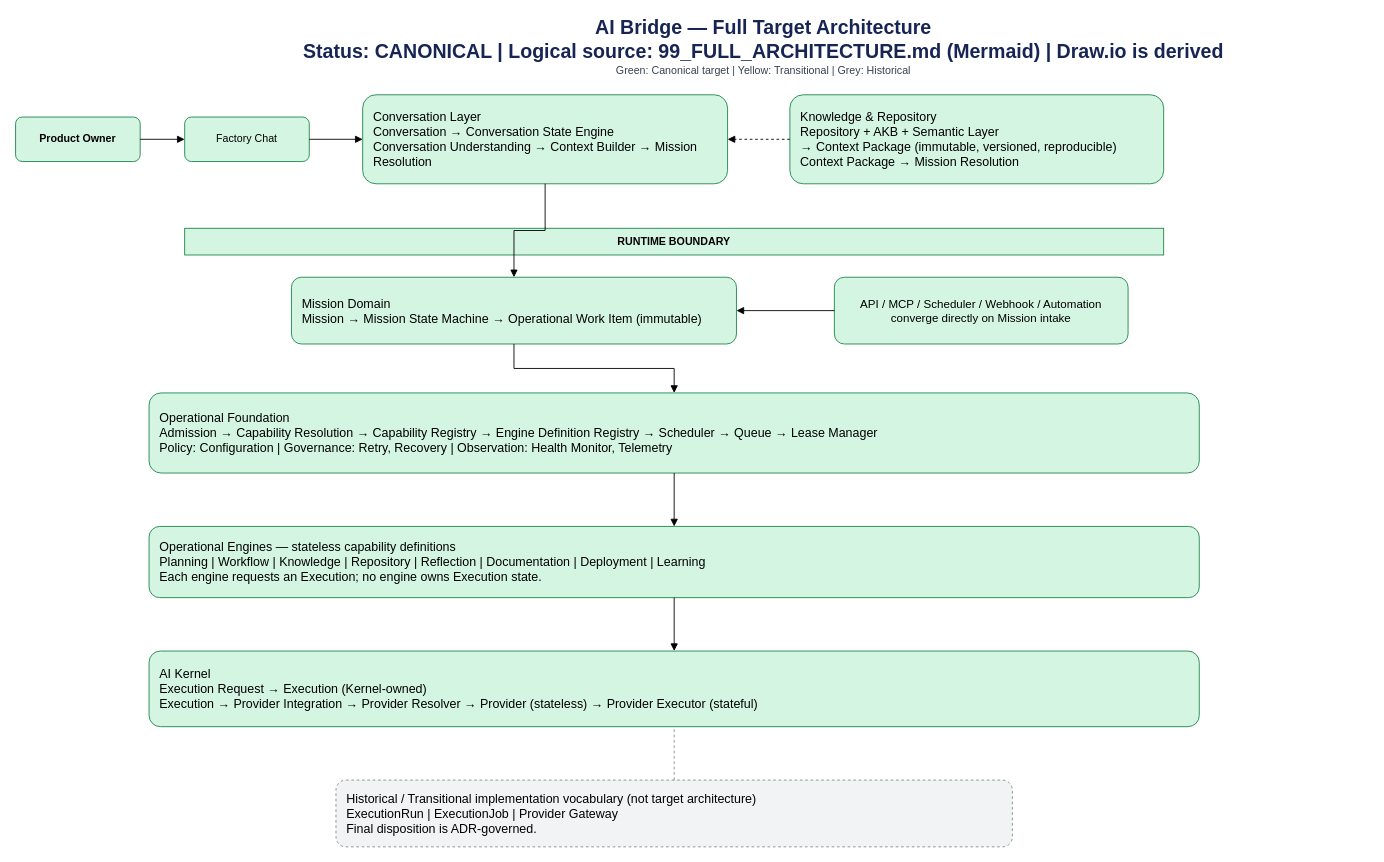
Earlier version of the draw.io diagram docs/architecture/diagrams/99-full-architecture/Full Architecture.drawio (zsambokia/ai-bridge). Source tidied: cells renumbered, new cells numbered last; positions are measured from the earlier drawing's top-left corner, leaving out a move shared by most shapes. Both pictures are drawn from the tidied source at 89%, with x=0, y=0 at pixel (15, 19).
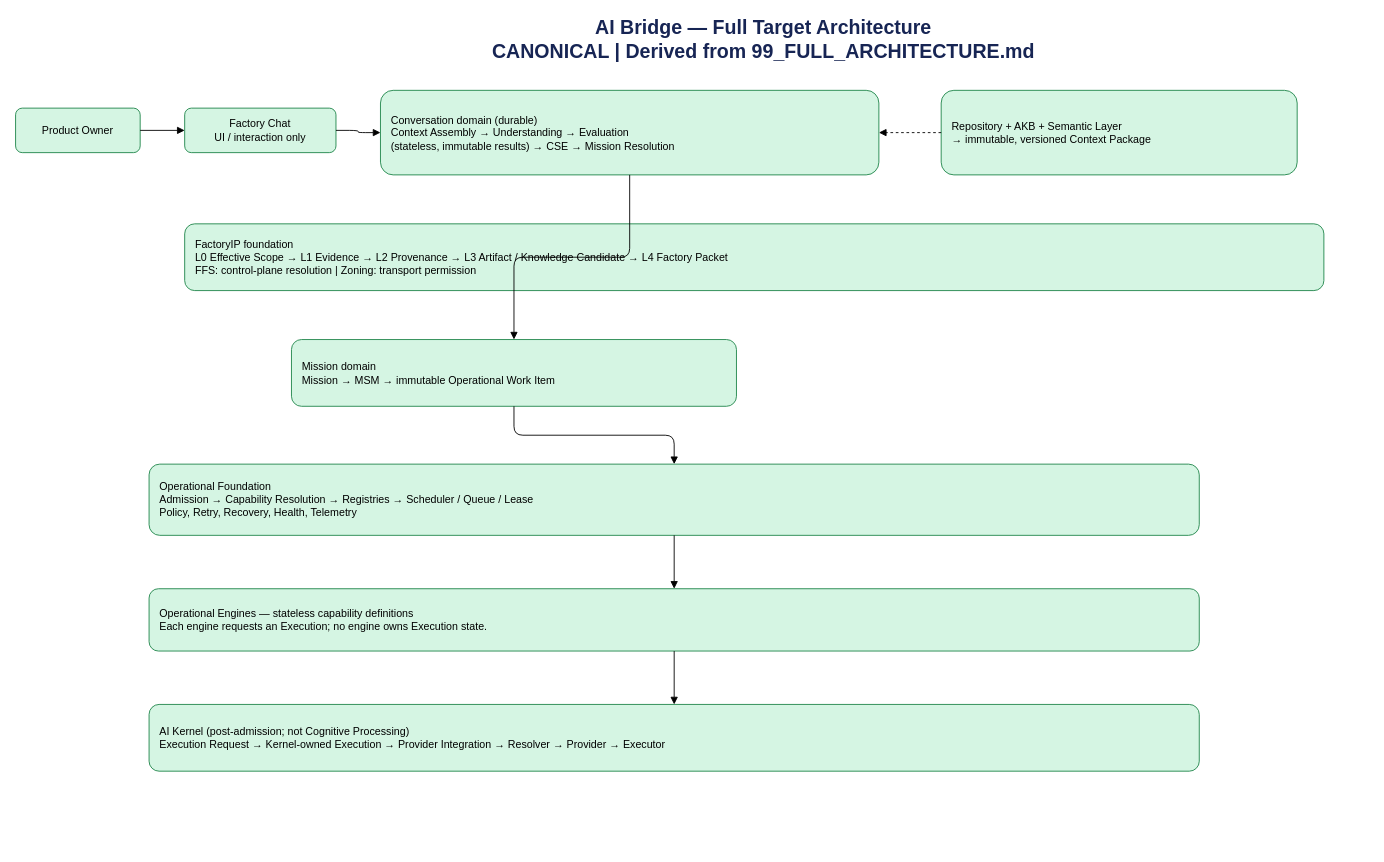
Above is the later version.

Commit message (it also covers changes not shown here):
docs: reconcile 00-02 canonical architecture boundaries

The edit, as a diff of the source:
```diff
@@
-    <mxCell id="2" value="AI Bridge — Full Target Architecture&#10;Status: CANONICAL | Logical source: 99_FULL_ARCHITECTURE.md (Mermaid) | Draw.io is derived" style="text;html=1;align=center;verticalAlign=middle;fontSize=22;fontStyle=1;fontColor=#172554;" parent="1" vertex="1">
+    <mxCell id="2" value="AI Bridge — Full Target Architecture&#10;CANONICAL | Derived from 99_FULL_ARCHITECTURE.md" style="text;html=1;align=center;verticalAlign=middle;fontSize=22;fontStyle=1;fontColor=#172554;" parent="1" vertex="1">
       <mxGeometry x="160" width="1360" height="45" as="geometry" />
     </mxCell>
-    <mxCell id="3" value="Green: Canonical target | Yellow: Transitional | Grey: Historical" style="text;html=1;align=center;verticalAlign=middle;fontSize=12;fontColor=#374151;" parent="1" vertex="1">
-      <mxGeometry x="440" y="45" width="800" height="25" as="geometry" />
-    </mxCell>
-    <mxCell id="4" value="Product Owner" style="rounded=1;whiteSpace=wrap;html=1;fillColor=#d5f5e3;strokeColor=#1e8449;fontStyle=1;" parent="1" vertex="1">
-      <mxGeometry y="110" width="140" height="50" as="geometry" />
+    <mxCell id="4" value="Product Owner" style="rounded=1;whiteSpace=wrap;html=1;fillColor=#d5f5e3;strokeColor=#1e8449;" parent="1" vertex="1">
+      <mxGeometry y="100" width="140" height="50" as="geometry" />
     </mxCell>
-    <mxCell id="5" value="Factory Chat" style="rounded=1;whiteSpace=wrap;html=1;fillColor=#d5f5e3;strokeColor=#1e8449;" parent="1" vertex="1">
-      <mxGeometry x="190" y="110" width="140" height="50" as="geometry" />
+    <mxCell id="5" value="Factory Chat&#10;UI / interaction only" style="rounded=1;whiteSpace=wrap;html=1;fillColor=#d5f5e3;strokeColor=#1e8449;" parent="1" vertex="1">
+      <mxGeometry x="190" y="100" width="170" height="50" as="geometry" />
     </mxCell>
-    <mxCell id="6" value="Conversation Layer&#10;Conversation → Conversation State Engine&#10;Conversation Understanding → Context Builder → Mission Resolution" style="rounded=1;whiteSpace=wrap;html=1;fillColor=#d5f5e3;strokeColor=#1e8449;align=left;spacingLeft=10;fontSize=14;" parent="1" vertex="1">
-      <mxGeometry x="390" y="85" width="410" height="100" as="geometry" />
-    </mxCell>
-    <mxCell id="7" value="Knowledge &amp; Repository&#10;Repository + AKB + Semantic Layer&#10;→ Context Package (immutable, versioned, reproducible)&#10;Context Package → Mission Resolution" style="rounded=1;whiteSpace=wrap;html=1;fillColor=#d5f5e3;strokeColor=#1e8449;align=left;spacingLeft=10;fontSize=14;" parent="1" vertex="1">
-      <mxGeometry x="870" y="85" width="420" height="100" as="geometry" />
-    </mxCell>
-    <mxCell id="8" value="RUNTIME BOUNDARY" style="rounded=0;whiteSpace=wrap;html=1;fillColor=#d5f5e3;strokeColor=#1e8449;fontStyle=1;align=center;" parent="1" vertex="1">
-      <mxGeometry x="190" y="235" width="1100" height="30" as="geometry" />
-    </mxCell>
-    <mxCell id="9" value="Mission Domain&#10;Mission → Mission State Machine → Operational Work Item (immutable)" style="rounded=1;whiteSpace=wrap;html=1;fillColor=#d5f5e3;strokeColor=#1e8449;align=left;spacingLeft=10;fontSize=14;" parent="1" vertex="1">
-      <mxGeometry x="310" y="290" width="500" height="75" as="geometry" />
-    </mxCell>
-    <mxCell id="10" value="API / MCP / Scheduler / Webhook / Automation&#10;converge directly on Mission intake" style="rounded=1;whiteSpace=wrap;html=1;fillColor=#d5f5e3;strokeColor=#1e8449;align=center;fontSize=13;" parent="1" vertex="1">
-      <mxGeometry x="920" y="290" width="330" height="75" as="geometry" />
-    </mxCell>
+    <mxCell id="24" value="Conversation domain (durable)&#10;Context Assembly → Understanding → Evaluation&#10;(stateless, immutable results) → CSE → Mission Resolution" style="rounded=1;whiteSpace=wrap;html=1;fillColor=#d5f5e3;strokeColor=#1e8449;align=left;spacingLeft=10;" parent="1" vertex="1">
+      <mxGeometry x="410" y="80" width="560" height="95" as="geometry" />
+    </mxCell>
+    <mxCell id="25" value="Repository + AKB + Semantic Layer&#10;→ immutable, versioned Context Package" style="rounded=1;whiteSpace=wrap;html=1;fillColor=#d5f5e3;strokeColor=#1e8449;align=left;spacingLeft=10;" parent="1" vertex="1">
+      <mxGeometry x="1040" y="80" width="400" height="95" as="geometry" />
+    </mxCell>
+    <mxCell id="26" value="FactoryIP foundation&#10;L0 Effective Scope → L1 Evidence → L2 Provenance → L3 Artifact / Knowledge Candidate → L4 Factory Packet&#10;FFS: control-plane resolution | Zoning: transport permission" style="rounded=1;whiteSpace=wrap;html=1;fillColor=#d5f5e3;strokeColor=#1e8449;align=left;spacingLeft=10;" parent="1" vertex="1">
+      <mxGeometry x="190" y="230" width="1280" height="75" as="geometry" />
+    </mxCell>
+    <mxCell id="27" value="Mission domain&#10;Mission → MSM → immutable Operational Work Item" style="rounded=1;whiteSpace=wrap;html=1;fillColor=#d5f5e3;strokeColor=#1e8449;align=left;spacingLeft=10;" parent="1" vertex="1">
+      <mxGeometry x="310" y="360" width="500" height="75" as="geometry" />
+    </mxCell>
-    <mxCell id="11" value="Operational Foundation&#10;Admission → Capability Resolution → Capability Registry → Engine Definition Registry → Scheduler → Queue → Lease Manager&#10;Policy: Configuration | Governance: Retry, Recovery | Observation: Health Monitor, Telemetry" style="rounded=1;whiteSpace=wrap;html=1;fillColor=#d5f5e3;strokeColor=#1e8449;align=left;spacingLeft=10;fontSize=14;" parent="1" vertex="1">
-      <mxGeometry x="150" y="420" width="1180" height="90" as="geometry" />
+    <mxCell id="11" value="Operational Foundation&#10;Admission → Capability Resolution → Registries → Scheduler / Queue / Lease&#10;Policy, Retry, Recovery, Health, Telemetry" style="rounded=1;whiteSpace=wrap;html=1;fillColor=#d5f5e3;strokeColor=#1e8449;align=left;spacingLeft=10;" parent="1" vertex="1">
+      <mxGeometry x="150" y="500" width="1180" height="80" as="geometry" />
     </mxCell>
-    <mxCell id="12" value="Operational Engines — stateless capability definitions&#10;Planning | Workflow | Knowledge | Repository | Reflection | Documentation | Deployment | Learning&#10;Each engine requests an Execution; no engine owns Execution state." style="rounded=1;whiteSpace=wrap;html=1;fillColor=#d5f5e3;strokeColor=#1e8449;align=left;spacingLeft=10;fontSize=14;" parent="1" vertex="1">
-      <mxGeometry x="150" y="570" width="1180" height="80" as="geometry" />
+    <mxCell id="12" value="Operational Engines — stateless capability definitions&#10;Each engine requests an Execution; no engine owns Execution state." style="rounded=1;whiteSpace=wrap;html=1;fillColor=#d5f5e3;strokeColor=#1e8449;align=left;spacingLeft=10;" parent="1" vertex="1">
+      <mxGeometry x="150" y="640" width="1180" height="70" as="geometry" />
     </mxCell>
-    <mxCell id="13" value="AI Kernel&#10;Execution Request → Execution (Kernel-owned)&#10;Execution → Provider Integration → Provider Resolver → Provider (stateless) → Provider Executor (stateful)" style="rounded=1;whiteSpace=wrap;html=1;fillColor=#d5f5e3;strokeColor=#1e8449;align=left;spacingLeft=10;fontSize=14;" parent="1" vertex="1">
-      <mxGeometry x="150" y="710" width="1180" height="85" as="geometry" />
+    <mxCell id="13" value="AI Kernel (post-admission; not Cognitive Processing)&#10;Execution Request → Kernel-owned Execution → Provider Integration → Resolver → Provider → Executor" style="rounded=1;whiteSpace=wrap;html=1;fillColor=#d5f5e3;strokeColor=#1e8449;align=left;spacingLeft=10;" parent="1" vertex="1">
+      <mxGeometry x="150" y="770" width="1180" height="75" as="geometry" />
     </mxCell>
-    <mxCell id="14" value="Historical / Transitional implementation vocabulary (not target architecture)&#10;ExecutionRun | ExecutionJob | Provider Gateway&#10;Final disposition is ADR-governed." style="rounded=1;whiteSpace=wrap;html=1;fillColor=#f2f3f4;strokeColor=#7f8c8d;dashed=1;align=left;spacingLeft=10;fontSize=14;" parent="1" vertex="1">
-      <mxGeometry x="360" y="855" width="760" height="75" as="geometry" />
-    </mxCell>
-    <mxCell id="15" style="edgeStyle=orthogonalEdgeStyle;rounded=0;jettySize=auto;html=1;endArrow=block;endFill=1;" parent="1" edge="1" source="4" target="5">
+    <mxCell id="15" style="edgeStyle=orthogonalEdgeStyle;html=1;endArrow=block;endFill=1;" parent="1" edge="1" source="4" target="5">
       <mxGeometry relative="1" as="geometry" />
     </mxCell>
-    <mxCell id="16" style="edgeStyle=orthogonalEdgeStyle;rounded=0;jettySize=auto;html=1;endArrow=block;endFill=1;" parent="1" edge="1" source="5" target="6">
+    <mxCell id="16" style="edgeStyle=orthogonalEdgeStyle;html=1;endArrow=block;endFill=1;" parent="1" edge="1" source="5" target="24">
       <mxGeometry relative="1" as="geometry" />
     </mxCell>
-    <mxCell id="17" style="edgeStyle=orthogonalEdgeStyle;rounded=0;jettySize=auto;html=1;endArrow=block;endFill=1;" parent="1" edge="1" source="6" target="9">
+    <mxCell id="17" style="edgeStyle=orthogonalEdgeStyle;html=1;endArrow=block;endFill=1;dashed=1;" parent="1" edge="1" source="25" target="24">
       <mxGeometry relative="1" as="geometry" />
     </mxCell>
-    <mxCell id="18" style="edgeStyle=orthogonalEdgeStyle;rounded=0;jettySize=auto;html=1;endArrow=block;endFill=1;dashed=1;" parent="1" edge="1" source="7" target="6">
+    <mxCell id="18" style="edgeStyle=orthogonalEdgeStyle;html=1;endArrow=block;endFill=1;" parent="1" edge="1" source="24" target="27">
       <mxGeometry relative="1" as="geometry" />
     </mxCell>
-    <mxCell id="19" style="edgeStyle=orthogonalEdgeStyle;rounded=0;jettySize=auto;html=1;endArrow=block;endFill=1;" parent="1" edge="1" source="9" target="11">
+    <mxCell id="19" style="edgeStyle=orthogonalEdgeStyle;html=1;endArrow=block;endFill=1;" parent="1" edge="1" source="27" target="11">
       <mxGeometry relative="1" as="geometry" />
     </mxCell>
-    <mxCell id="20" style="edgeStyle=orthogonalEdgeStyle;rounded=0;jettySize=auto;html=1;endArrow=block;endFill=1;" parent="1" edge="1" source="10" target="9">
+    <mxCell id="20" style="edgeStyle=orthogonalEdgeStyle;html=1;endArrow=block;endFill=1;" parent="1" edge="1" source="11" target="12">
       <mxGeometry relative="1" as="geometry" />
     </mxCell>
-    <mxCell id="21" style="edgeStyle=orthogonalEdgeStyle;rounded=0;jettySize=auto;html=1;endArrow=block;endFill=1;" parent="1" edge="1" source="11" target="12">
+    <mxCell id="21" style="edgeStyle=orthogonalEdgeStyle;html=1;endArrow=block;endFill=1;" parent="1" edge="1" source="12" target="13">
       <mxGeometry relative="1" as="geometry" />
     </mxCell>
-    <mxCell id="22" style="edgeStyle=orthogonalEdgeStyle;rounded=0;jettySize=auto;html=1;endArrow=block;endFill=1;" parent="1" edge="1" source="12" target="13">
-      <mxGeometry relative="1" as="geometry" />
-    </mxCell>
-    <mxCell id="23" style="edgeStyle=orthogonalEdgeStyle;rounded=0;jettySize=auto;html=1;endArrow=none;dashed=1;strokeColor=#7f8c8d;" parent="1" edge="1" source="14" target="13">
-      <mxGeometry relative="1" as="geometry" />
-    </mxCell>
```
